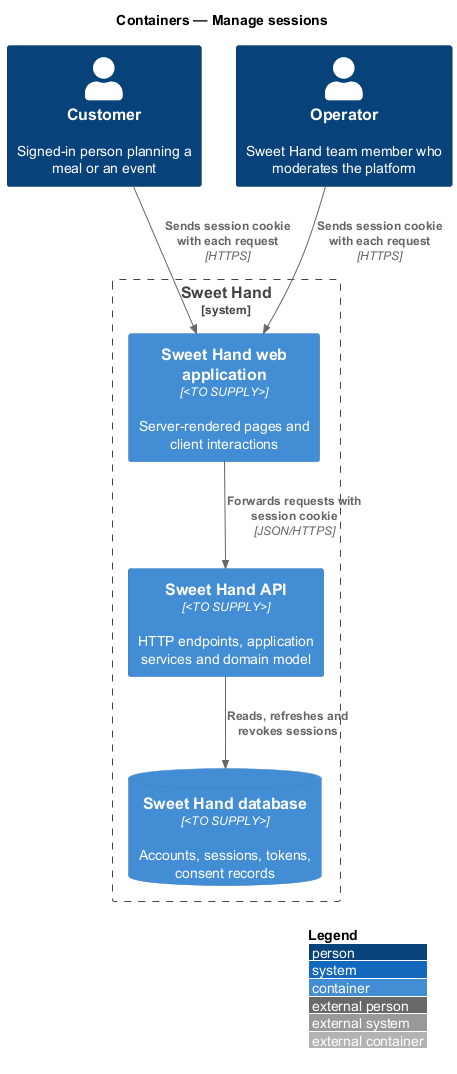
Before: docs/detailed-designs/identity-and-security/manage-sessions/diagrams/c4-container.png, a diagram exported from PlantUML (QuinntyneBrown/sweet-hand).
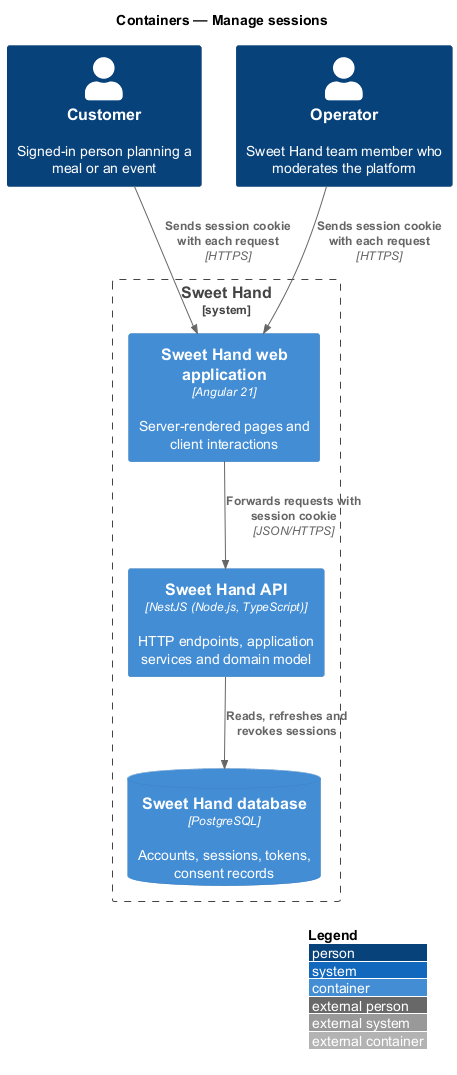
Above is the later version.

Change to the diagram source:
```diff
@@ -6,9 +6,9 @@
 Person(customer, "Customer", "Signed-in person planning a meal or an event")
 Person(operator, "Operator", "Sweet Hand team member who moderates the platform")
 System_Boundary(sweethand, "Sweet Hand") {
-  Container(web, "Sweet Hand web application", "<TO SUPPLY>", "Server-rendered pages and client interactions")
-  Container(api, "Sweet Hand API", "<TO SUPPLY>", "HTTP endpoints, application services and domain model")
-  ContainerDb(db, "Sweet Hand database", "<TO SUPPLY>", "Accounts, sessions, tokens, consent records")
+  Container(web, "Sweet Hand web application", "Angular 21", "Server-rendered pages and client interactions")
+  Container(api, "Sweet Hand API", "NestJS (Node.js, TypeScript)", "HTTP endpoints, application services and domain model")
+  ContainerDb(db, "Sweet Hand database", "PostgreSQL", "Accounts, sessions, tokens, consent records")
 }
 
 Rel(customer, web, "Sends session cookie with each request", "HTTPS")
```
